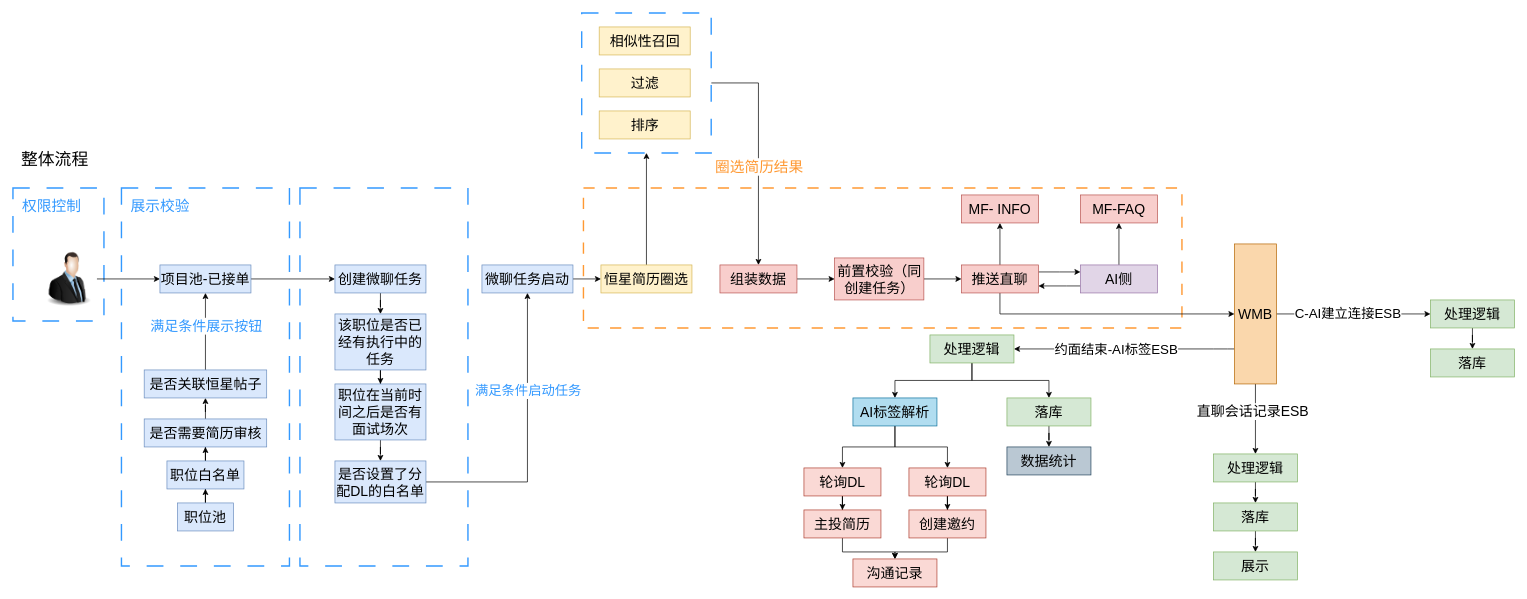
LuOyEbY/draw-b keeps this draw.io diagram as 魔方AI微聊.drawio. Above is the earlier version. Source tidied: cells renumbered, new cells numbered last; positions are measured from the earlier drawing's top-left corner, leaving out a move shared by most shapes. Both pictures are drawn from the tidied source at 70%, with x=0, y=0 at pixel (13, 13).
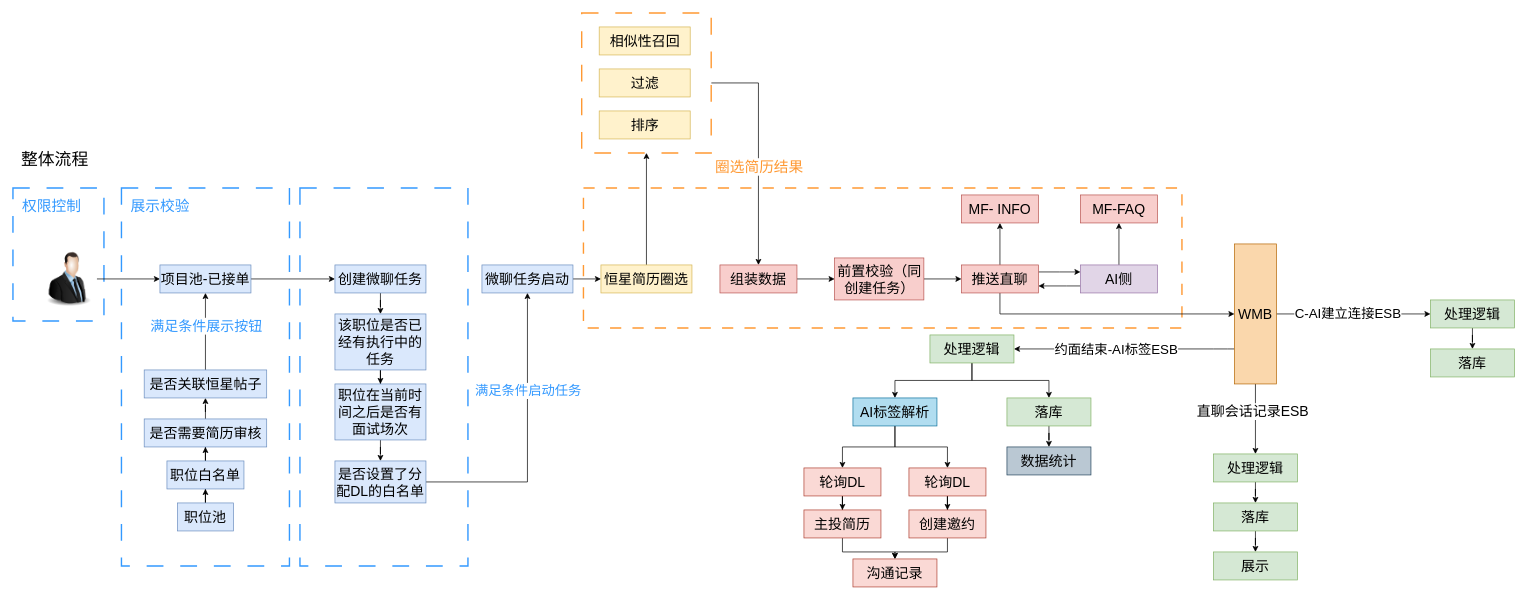
Above is the later version.

Commit message (it also covers changes not shown here):
更新魔方AI微聊.drawio

Change to the diagram source:
```diff
@@
-    <mxCell id="5" style="rounded=0;whiteSpace=wrap;html=1;dashed=1;strokeWidth=2;strokeColor=#3399FF;dashPattern=12 12;" parent="1" vertex="1">
+    <mxCell id="5" style="rounded=0;whiteSpace=wrap;html=1;dashed=1;strokeWidth=2;strokeColor=#FF9933;dashPattern=12 12;" parent="1" vertex="1">
       <mxGeometry x="812.5" width="185" height="200" as="geometry" />
     </mxCell>
```
